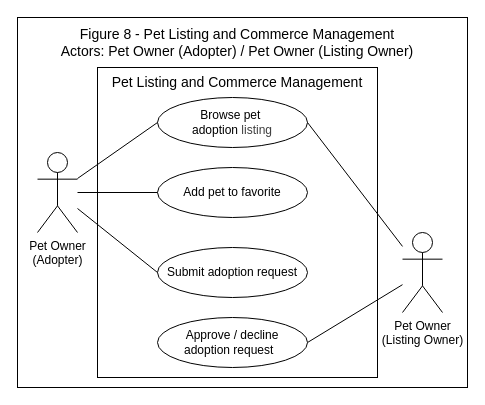
Chels013/Breedr-Diagrams keeps this draw.io diagram as page "Fig-8" (8 of 10) of USE-CASE_Diagram_Franco.drawio. Above is the earlier version. Source tidied: cells renumbered, new cells numbered last; positions are measured from the earlier drawing's top-left corner, leaving out a move shared by most shapes. Both pictures are drawn from the tidied source at 100%, with x=0, y=0 at pixel (17, 17).
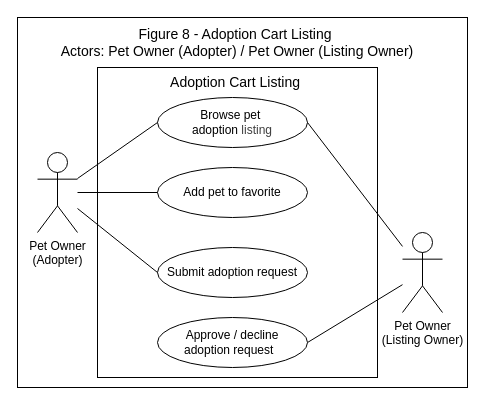
The same diagram, later.

The edit, as a diff of the source:
```diff
@@
 <mxGraphModel>
   <root>
     <mxCell id="0" />
     <mxCell id="1" parent="0" />
     <mxCell id="2" style="rounded=0;whiteSpace=wrap;html=1;" parent="1" vertex="1">
       <mxGeometry width="450" height="370" as="geometry" />
     </mxCell>
     <mxCell id="3" style="rounded=0;whiteSpace=wrap;html=1;" parent="1" vertex="1">
       <mxGeometry x="80" y="50" width="280" height="310" as="geometry" />
     </mxCell>
     <mxCell id="4" value="Pet Owner&lt;div&gt;(Adopter)&lt;/div&gt;" style="shape=umlActor;verticalLabelPosition=bottom;verticalAlign=top;html=1;outlineConnect=0;" parent="1" vertex="1">
       <mxGeometry x="20" y="135" width="40" height="80" as="geometry" />
     </mxCell>
     <mxCell id="5" value="Pet Owner&lt;div&gt;(Listing Owner)&lt;/div&gt;" style="shape=umlActor;verticalLabelPosition=bottom;verticalAlign=top;html=1;outlineConnect=0;" parent="1" vertex="1">
       <mxGeometry x="385" y="215" width="40" height="80" as="geometry" />
     </mxCell>
-    <mxCell id="6" value="Figure 8 - Pet Listing and Commerce Management&lt;div&gt;Actors: Pet Owner (Adopter) / Pet Owner (Listing Owner)&lt;/div&gt;" style="text;html=1;align=center;verticalAlign=middle;whiteSpace=wrap;rounded=0;fontSize=14;" parent="1" vertex="1">
+    <mxCell id="6" value="Figure 8 - Adoption Cart Listing&amp;nbsp;&lt;div&gt;Actors: Pet Owner (Adopter) / Pet Owner (Listing Owner)&lt;/div&gt;" style="text;html=1;align=center;verticalAlign=middle;whiteSpace=wrap;rounded=0;fontSize=14;" parent="1" vertex="1">
       <mxGeometry x="30" y="10" width="380" height="30" as="geometry" />
     </mxCell>
-    <mxCell id="7" value="&lt;span style=&quot;color: rgb(0, 0, 0);&quot;&gt;Pet Listing and Commerce Management&lt;/span&gt;" style="text;html=1;align=center;verticalAlign=middle;whiteSpace=wrap;rounded=0;fontSize=14;" parent="1" vertex="1">
+    <mxCell id="7" value="&lt;span style=&quot;color: rgb(0, 0, 0);&quot;&gt;Adoption Cart Listing&amp;nbsp;&lt;/span&gt;" style="text;html=1;align=center;verticalAlign=middle;whiteSpace=wrap;rounded=0;fontSize=14;" parent="1" vertex="1">
       <mxGeometry x="85" y="50" width="270" height="30" as="geometry" />
     </mxCell>
     <mxCell id="8" value="Browse pet&amp;nbsp;&lt;div&gt;adoption&amp;nbsp;&lt;span style=&quot;color: rgb(63, 63, 63); background-color: transparent;&quot;&gt;listing&lt;/span&gt;&lt;/div&gt;" style="ellipse;whiteSpace=wrap;html=1;" parent="1" vertex="1">
       <mxGeometry x="140" y="80" width="150" height="50" as="geometry" />
     </mxCell>
     <mxCell id="9" value="Add pet to favorite" style="ellipse;whiteSpace=wrap;html=1;" parent="1" vertex="1">
       <mxGeometry x="140" y="150" width="150" height="50" as="geometry" />
     </mxCell>
     <mxCell id="10" value="Submit adoption request" style="ellipse;whiteSpace=wrap;html=1;" parent="1" vertex="1">
       <mxGeometry x="140" y="230" width="150" height="50" as="geometry" />
     </mxCell>
     <mxCell id="11" style="endArrow=none;html=1;entryX=0;entryY=0.5;entryDx=0;entryDy=0;" parent="1" edge="1" source="4" target="8">
       <mxGeometry relative="1" as="geometry" />
     </mxCell>
     <mxCell id="12" style="endArrow=none;html=1;entryX=0;entryY=0.5;entryDx=0;entryDy=0;" parent="1" edge="1" source="4" target="9">
       <mxGeometry relative="1" as="geometry" />
     </mxCell>
     <mxCell id="13" style="endArrow=none;html=1;entryX=0;entryY=0.5;entryDx=0;entryDy=0;" parent="1" edge="1" source="4" target="10">
       <mxGeometry relative="1" as="geometry" />
     </mxCell>
     <mxCell id="14" style="endArrow=none;html=1;exitX=1;exitY=0.5;exitDx=0;exitDy=0;" parent="1" edge="1" source="8" target="5">
       <mxGeometry relative="1" as="geometry" />
     </mxCell>
     <mxCell id="15" style="endArrow=none;html=1;exitX=1;exitY=0.5;exitDx=0;exitDy=0;" parent="1" edge="1" source="16" target="5">
       <mxGeometry relative="1" as="geometry" />
     </mxCell>
     <mxCell id="16" value="Approve / decline&lt;div&gt;adoption request&amp;nbsp;&amp;nbsp;&lt;/div&gt;" style="ellipse;whiteSpace=wrap;html=1;" parent="1" vertex="1">
       <mxGeometry x="140" y="300" width="150" height="50" as="geometry" />
     </mxCell>
   </root>
 </mxGraphModel>
```
